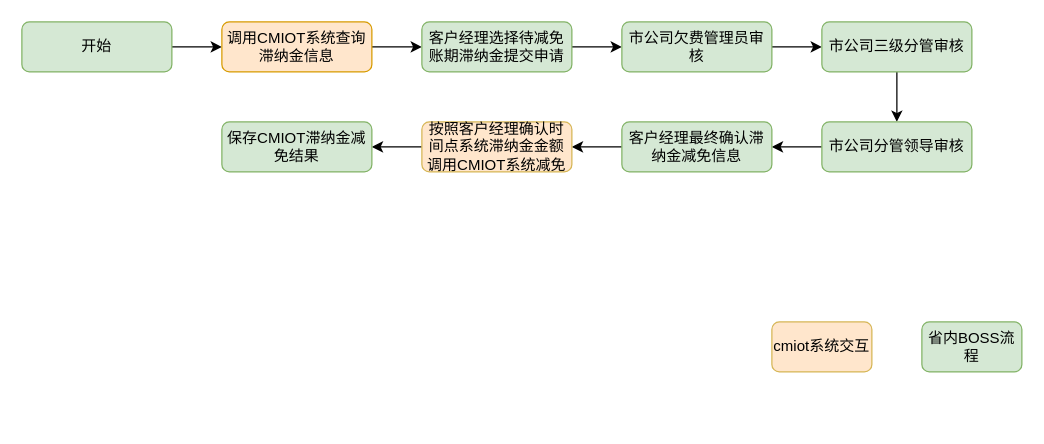
315944211/doc keeps this draw.io diagram as 物联网滞纳金减免.drawio. Above is the earlier version. Source tidied: cells renumbered, new cells numbered last; positions are measured from the earlier drawing's top-left corner, leaving out a move shared by most shapes. Both pictures are drawn from the tidied source at 125%, with x=0, y=0 at pixel (21, 21).
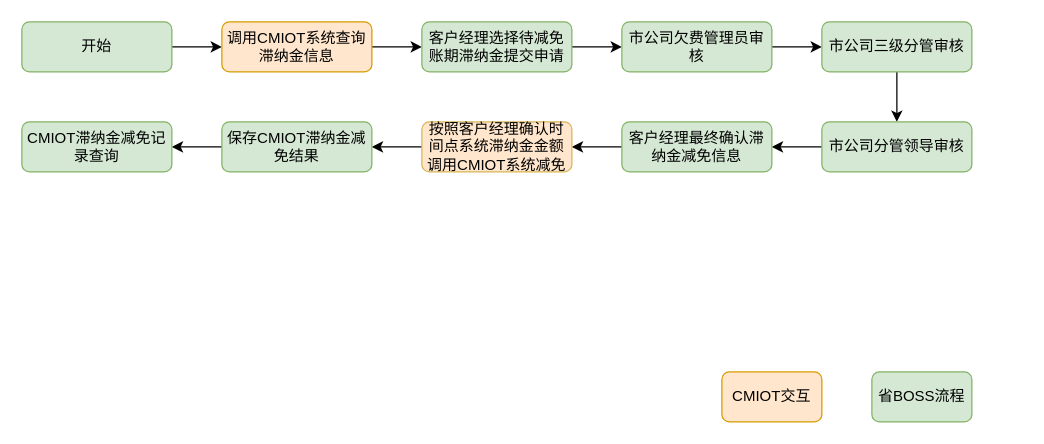
The same page after the edit.

Commit message:
更新物联网滞纳金减免.drawio

Unchanged cells that the change refers to:
```xml
<mxCell id="18" value="保存CMIOT滞纳金减免结果" style="rounded=1;whiteSpace=wrap;html=1;fontSize=12;glass=0;strokeWidth=1;shadow=0;fillColor=#d5e8d4;strokeColor=#82b366;" parent="1" vertex="1">
  <mxGeometry x="160" y="80" width="120" height="40" as="geometry" />
</mxCell>
```

Diff of the diagram source:
```diff
@@
+    <mxCell id="21" style="edgeStyle=orthogonalEdgeStyle;rounded=0;jettySize=auto;html=1;exitX=0;exitY=0.5;exitDx=0;exitDy=0;entryX=1;entryY=0.5;entryDx=0;entryDy=0;" parent="1" edge="1" source="18" target="22">
+      <mxGeometry relative="1" as="geometry" />
+    </mxCell>
@@
-    <mxCell id="19" value="cmiot系统交互" style="rounded=1;whiteSpace=wrap;html=1;fontSize=12;glass=0;strokeWidth=1;shadow=0;fillColor=#FFE6CC;strokeColor=#d6b656;" parent="1" vertex="1">
-      <mxGeometry x="600" y="240" width="80" height="40" as="geometry" />
-    </mxCell>
-    <mxCell id="20" value="省内BOSS流程" style="rounded=1;whiteSpace=wrap;html=1;fontSize=12;glass=0;strokeWidth=1;shadow=0;fillColor=#d5e8d4;strokeColor=#82b366;" parent="1" vertex="1">
-      <mxGeometry x="720" y="240" width="80" height="40" as="geometry" />
-    </mxCell>
+    <mxCell id="22" value="CMIOT滞纳金减免记录查询" style="rounded=1;whiteSpace=wrap;html=1;fontSize=12;glass=0;strokeWidth=1;shadow=0;fillColor=#d5e8d4;strokeColor=#82b366;" parent="1" vertex="1">
+      <mxGeometry y="80" width="120" height="40" as="geometry" />
+    </mxCell>
+    <mxCell id="23" value="CMIOT交互" style="rounded=1;whiteSpace=wrap;html=1;fontSize=12;glass=0;strokeWidth=1;shadow=0;fillColor=#ffe6cc;strokeColor=#d79b00;" parent="1" vertex="1">
+      <mxGeometry x="560" y="280" width="80" height="40" as="geometry" />
+    </mxCell>
+    <mxCell id="24" value="省BOSS流程" style="rounded=1;whiteSpace=wrap;html=1;fontSize=12;glass=0;strokeWidth=1;shadow=0;fillColor=#d5e8d4;strokeColor=#82b366;" parent="1" vertex="1">
+      <mxGeometry x="680" y="280" width="80" height="40" as="geometry" />
+    </mxCell>
```
